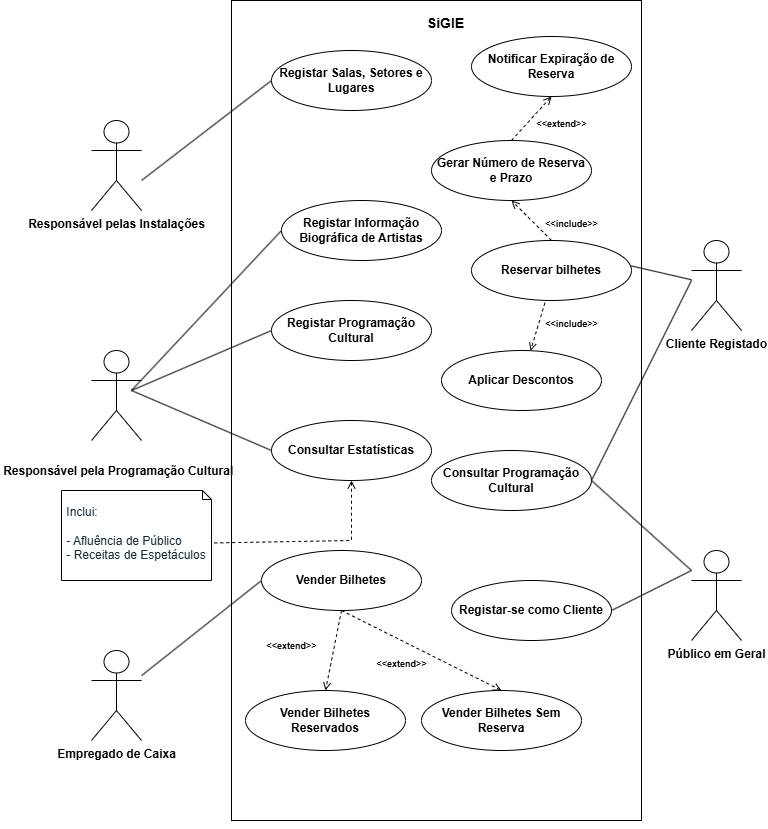
leorsd/ESOF_UML keeps this draw.io diagram as UML_Casos.drawio.png. Above is the earlier version. Source tidied: cells renumbered, new cells last; positions are measured from the earlier drawing's top-left corner, leaving out a move shared by most shapes.
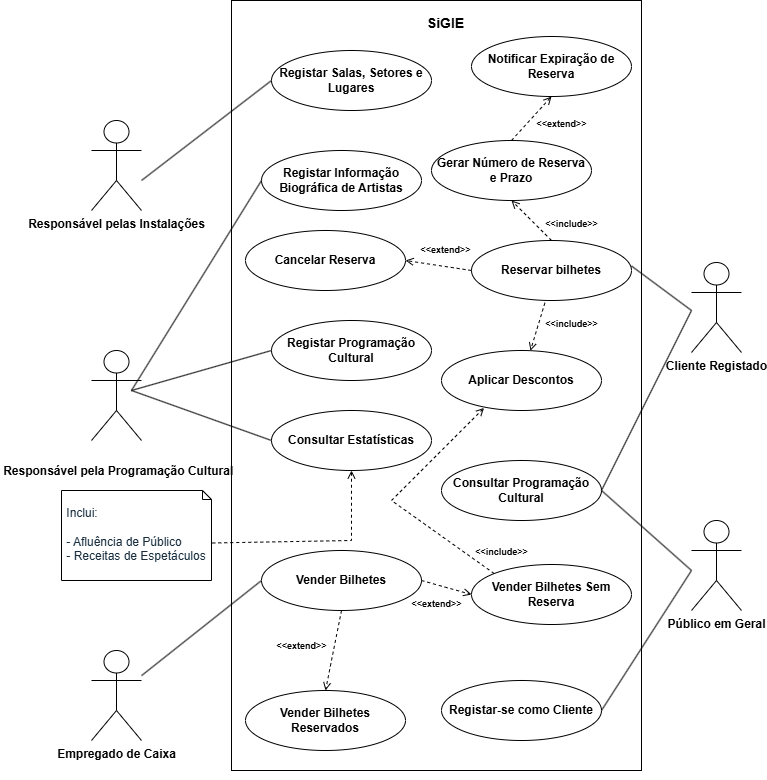
After the commit.

Change to the diagram source:
```diff
@@ -3,7 +3,7 @@
     <mxCell id="0" />
     <mxCell id="1" parent="0" />
     <mxCell id="2" style="rounded=0;whiteSpace=wrap;html=1;direction=south;labelBackgroundColor=none;" parent="1" vertex="1">
-      <mxGeometry x="170" width="410" height="820" as="geometry" />
+      <mxGeometry x="170" width="410" height="770" as="geometry" />
     </mxCell>
     <mxCell id="3" value="&lt;font&gt;&lt;b&gt;Responsável pelas Instalações&lt;/b&gt;&lt;/font&gt;" style="shape=umlActor;verticalLabelPosition=bottom;verticalAlign=top;html=1;labelBackgroundColor=none;" parent="1" vertex="1">
       <mxGeometry x="30" y="120" width="50" height="90" as="geometry" />
@@ -15,25 +15,25 @@
       <mxGeometry x="30" y="650" width="50" height="90" as="geometry" />
     </mxCell>
     <mxCell id="6" value="&lt;font&gt;&lt;b&gt;Público em Geral&lt;/b&gt;&lt;/font&gt;" style="shape=umlActor;verticalLabelPosition=bottom;verticalAlign=top;html=1;labelBackgroundColor=none;" parent="1" vertex="1">
-      <mxGeometry x="630" y="550" width="50" height="90" as="geometry" />
+      <mxGeometry x="630" y="520" width="50" height="90" as="geometry" />
     </mxCell>
     <mxCell id="7" value="&lt;font&gt;&lt;b&gt;Registar Salas, Setores e Lugares&lt;/b&gt;&lt;/font&gt;" style="ellipse;whiteSpace=wrap;html=1;labelBackgroundColor=none;" parent="1" vertex="1">
       <mxGeometry x="210" y="50" width="160" height="60" as="geometry" />
     </mxCell>
     <mxCell id="8" value="&lt;font&gt;&lt;b&gt;Registar Programação Cultural&lt;/b&gt;&lt;/font&gt;" style="ellipse;whiteSpace=wrap;html=1;labelBackgroundColor=none;" parent="1" vertex="1">
-      <mxGeometry x="210" y="300" width="160" height="60" as="geometry" />
+      <mxGeometry x="210" y="320" width="160" height="60" as="geometry" />
     </mxCell>
     <mxCell id="9" value="&lt;font&gt;&lt;b&gt;Registar Informação Biográfica de Artistas&lt;/b&gt;&lt;/font&gt;" style="ellipse;whiteSpace=wrap;html=1;labelBackgroundColor=none;" parent="1" vertex="1">
-      <mxGeometry x="220" y="200" width="160" height="60" as="geometry" />
+      <mxGeometry x="200" y="150" width="160" height="60" as="geometry" />
     </mxCell>
     <mxCell id="10" value="&lt;font&gt;&lt;b style=&quot;&quot;&gt;Registar-se como Cliente&lt;/b&gt;&lt;/font&gt;" style="ellipse;whiteSpace=wrap;html=1;labelBackgroundColor=none;" parent="1" vertex="1">
-      <mxGeometry x="390" y="580" width="160" height="60" as="geometry" />
+      <mxGeometry x="380" y="680" width="160" height="60" as="geometry" />
     </mxCell>
     <mxCell id="11" value="&lt;font&gt;&lt;b&gt;Reservar bilhetes&lt;/b&gt;&lt;/font&gt;" style="ellipse;whiteSpace=wrap;html=1;labelBackgroundColor=none;" parent="1" vertex="1">
       <mxGeometry x="410" y="240" width="160" height="60" as="geometry" />
     </mxCell>
     <mxCell id="12" value="&lt;font&gt;&lt;b&gt;Consultar Estatísticas&lt;/b&gt;&lt;/font&gt;" style="ellipse;whiteSpace=wrap;html=1;labelBackgroundColor=none;" parent="1" vertex="1">
-      <mxGeometry x="210" y="420" width="160" height="60" as="geometry" />
+      <mxGeometry x="210" y="410" width="160" height="60" as="geometry" />
     </mxCell>
     <mxCell id="13" style="endArrow=none;html=1;rounded=0;entryX=0;entryY=0.5;entryDx=0;entryDy=0;labelBackgroundColor=none;fontColor=default;" parent="1" edge="1" target="7">
       <mxGeometry relative="1" as="geometry">
@@ -56,10 +56,12 @@
       </mxGeometry>
     </mxCell>
     <mxCell id="17" value="&lt;font&gt;&lt;b&gt;Cliente Registado&lt;/b&gt;&lt;/font&gt;" style="shape=umlActor;verticalLabelPosition=bottom;verticalAlign=top;html=1;outlineConnect=0;labelBackgroundColor=none;" parent="1" vertex="1">
-      <mxGeometry x="630" y="240" width="50" height="90" as="geometry" />
+      <mxGeometry x="630" y="262" width="50" height="90" as="geometry" />
     </mxCell>
-    <mxCell id="18" style="endArrow=none;html=1;rounded=0;entryX=1;entryY=0.425;entryDx=0;entryDy=0;entryPerimeter=0;labelBackgroundColor=none;fontColor=default;" parent="1" edge="1" source="17" target="11">
-      <mxGeometry relative="1" as="geometry" />
+    <mxCell id="18" style="endArrow=none;html=1;rounded=0;entryX=1;entryY=0.425;entryDx=0;entryDy=0;entryPerimeter=0;labelBackgroundColor=none;fontColor=default;" parent="1" edge="1" target="11">
+      <mxGeometry relative="1" as="geometry">
+        <mxPoint x="630" y="310" as="sourcePoint" />
+      </mxGeometry>
     </mxCell>
     <mxCell id="19" style="endArrow=none;html=1;rounded=0;labelBackgroundColor=none;fontColor=default;entryX=0;entryY=0.5;entryDx=0;entryDy=0;" parent="1" edge="1" source="5" target="21">
       <mxGeometry relative="1" as="geometry" />
@@ -76,7 +78,7 @@
       <mxGeometry relative="1" as="geometry" />
     </mxCell>
     <mxCell id="23" value="&lt;b&gt;Consultar Programação Cultural&lt;/b&gt;" style="ellipse;whiteSpace=wrap;html=1;labelBackgroundColor=none;" parent="1" vertex="1">
-      <mxGeometry x="370" y="450" width="160" height="60" as="geometry" />
+      <mxGeometry x="380" y="460" width="160" height="60" as="geometry" />
     </mxCell>
     <mxCell id="24" value="&lt;b&gt;Aplicar Descontos&lt;/b&gt;" style="ellipse;whiteSpace=wrap;html=1;labelBackgroundColor=none;" parent="1" vertex="1">
       <mxGeometry x="380" y="350" width="160" height="60" as="geometry" />
@@ -110,19 +112,19 @@
       <mxGeometry x="184" y="690" width="160" height="60" as="geometry" />
     </mxCell>
     <mxCell id="33" value="&lt;font&gt;&lt;b&gt;Vender Bilhetes Sem Reserva&lt;/b&gt;&lt;/font&gt;" style="ellipse;whiteSpace=wrap;html=1;labelBackgroundColor=none;" parent="1" vertex="1">
-      <mxGeometry x="360" y="690" width="160" height="60" as="geometry" />
+      <mxGeometry x="410" y="564" width="160" height="60" as="geometry" />
     </mxCell>
     <mxCell id="34" style="endArrow=open;dashed=1;endFill=0;html=1;rounded=0;fontColor=default;exitX=0.5;exitY=1;exitDx=0;exitDy=0;labelBackgroundColor=none;entryX=0.5;entryY=0;entryDx=0;entryDy=0;" parent="1" edge="1" source="21" target="32">
       <mxGeometry relative="1" as="geometry" />
     </mxCell>
-    <mxCell id="35" style="endArrow=open;dashed=1;endFill=0;html=1;rounded=0;fontColor=default;labelBackgroundColor=none;entryX=0.5;entryY=0;entryDx=0;entryDy=0;exitX=0.5;exitY=1;exitDx=0;exitDy=0;" parent="1" edge="1" source="21" target="33">
+    <mxCell id="35" style="endArrow=open;dashed=1;endFill=0;html=1;rounded=0;fontColor=default;labelBackgroundColor=none;entryX=0;entryY=0.5;entryDx=0;entryDy=0;exitX=1;exitY=0.5;exitDx=0;exitDy=0;" parent="1" edge="1" source="21" target="33">
       <mxGeometry relative="1" as="geometry" />
     </mxCell>
     <mxCell id="36" value="&lt;font style=&quot;font-size: 9px;&quot;&gt;&amp;lt;&amp;lt;extend&amp;gt;&amp;gt;&lt;/font&gt;" style="text;align=center;fontStyle=1;verticalAlign=middle;spacingLeft=3;spacingRight=3;strokeColor=none;html=1;labelBackgroundColor=none;" parent="1" vertex="1">
-      <mxGeometry x="190" y="632" width="80" height="26" as="geometry" />
+      <mxGeometry x="200" y="632" width="80" height="26" as="geometry" />
     </mxCell>
     <mxCell id="37" value="&lt;font style=&quot;font-size: 9px;&quot;&gt;&amp;lt;&amp;lt;extend&amp;gt;&amp;gt;&lt;/font&gt;" style="text;align=center;fontStyle=1;verticalAlign=middle;spacingLeft=3;spacingRight=3;strokeColor=none;html=1;labelBackgroundColor=none;" parent="1" vertex="1">
-      <mxGeometry x="300" y="650" width="80" height="26" as="geometry" />
+      <mxGeometry x="335" y="590" width="80" height="26" as="geometry" />
     </mxCell>
     <mxCell id="38" value="&lt;font style=&quot;font-size: 14px;&quot;&gt;SiGIE&lt;/font&gt;" style="text;align=center;fontStyle=1;verticalAlign=middle;spacingLeft=3;spacingRight=3;strokeColor=none;html=1;" parent="1" vertex="1">
       <mxGeometry x="344" y="10" width="80" height="26" as="geometry" />
@@ -138,7 +140,7 @@
     </mxCell>
     <mxCell id="42" style="endArrow=none;html=1;rounded=0;entryX=1;entryY=0.5;entryDx=0;entryDy=0;labelBackgroundColor=none;fontColor=default;" parent="1" edge="1" target="23">
       <mxGeometry relative="1" as="geometry">
-        <mxPoint x="630" y="280" as="sourcePoint" />
+        <mxPoint x="630" y="310" as="sourcePoint" />
       </mxGeometry>
     </mxCell>
     <mxCell id="43" style="endArrow=none;html=1;rounded=0;entryX=1;entryY=0.5;entryDx=0;entryDy=0;labelBackgroundColor=none;fontColor=default;" parent="1" edge="1" target="10">
@@ -146,5 +148,24 @@
         <mxPoint x="630" y="570" as="sourcePoint" />
       </mxGeometry>
     </mxCell>
+    <mxCell id="44" value="&lt;b&gt;Cancelar Reserva&lt;/b&gt;" style="ellipse;whiteSpace=wrap;html=1;labelBackgroundColor=none;" parent="1" vertex="1">
+      <mxGeometry x="184" y="230" width="160" height="60" as="geometry" />
+    </mxCell>
+    <mxCell id="45" value="&lt;font style=&quot;font-size: 9px;&quot;&gt;&amp;lt;&amp;lt;extend&amp;gt;&amp;gt;&lt;/font&gt;" style="text;align=center;fontStyle=1;verticalAlign=middle;spacingLeft=3;spacingRight=3;strokeColor=none;html=1;labelBackgroundColor=none;" parent="1" vertex="1">
+      <mxGeometry x="344" y="236" width="80" height="26" as="geometry" />
+    </mxCell>
+    <mxCell id="46" style="endArrow=open;dashed=1;endFill=0;html=1;rounded=0;fontColor=default;exitX=0;exitY=0.5;exitDx=0;exitDy=0;labelBackgroundColor=none;entryX=1;entryY=0.5;entryDx=0;entryDy=0;" parent="1" edge="1" source="11" target="44">
+      <mxGeometry relative="1" as="geometry" />
+    </mxCell>
+    <mxCell id="47" style="endArrow=open;dashed=1;endFill=0;html=1;rounded=0;fontColor=default;exitX=0;exitY=0;exitDx=0;exitDy=0;labelBackgroundColor=none;entryX=0.266;entryY=0.957;entryDx=0;entryDy=0;entryPerimeter=0;" parent="1" edge="1" source="33" target="24">
+      <mxGeometry relative="1" as="geometry">
+        <Array as="points">
+          <mxPoint x="330" y="500" />
+        </Array>
+      </mxGeometry>
+    </mxCell>
+    <mxCell id="48" value="&lt;font style=&quot;font-size: 9px;&quot;&gt;&amp;lt;&amp;lt;include&amp;gt;&amp;gt;&lt;/font&gt;" style="text;align=center;fontStyle=1;verticalAlign=middle;spacingLeft=3;spacingRight=3;strokeColor=none;html=1;labelBackgroundColor=none;" parent="1" vertex="1">
+      <mxGeometry x="400" y="538" width="80" height="26" as="geometry" />
+    </mxCell>
   </root>
 </mxGraphModel>
```
